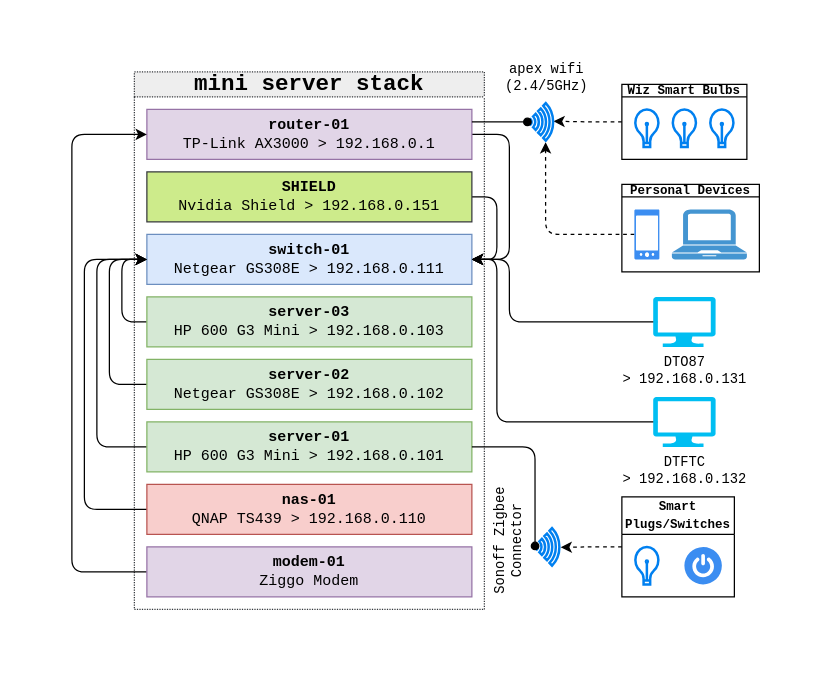
This is diagrams/home-physical.drawio from Neels-v-Wyk/home-neels-tech, a draw.io file, before an edit. Source tidied: cells renumbered, new cells numbered last; positions are measured from the earlier drawing's top-left corner, leaving out a move shared by most shapes. Both pictures are drawn from the tidied source at 125%, with x=0, y=0 at pixel (71, 59).
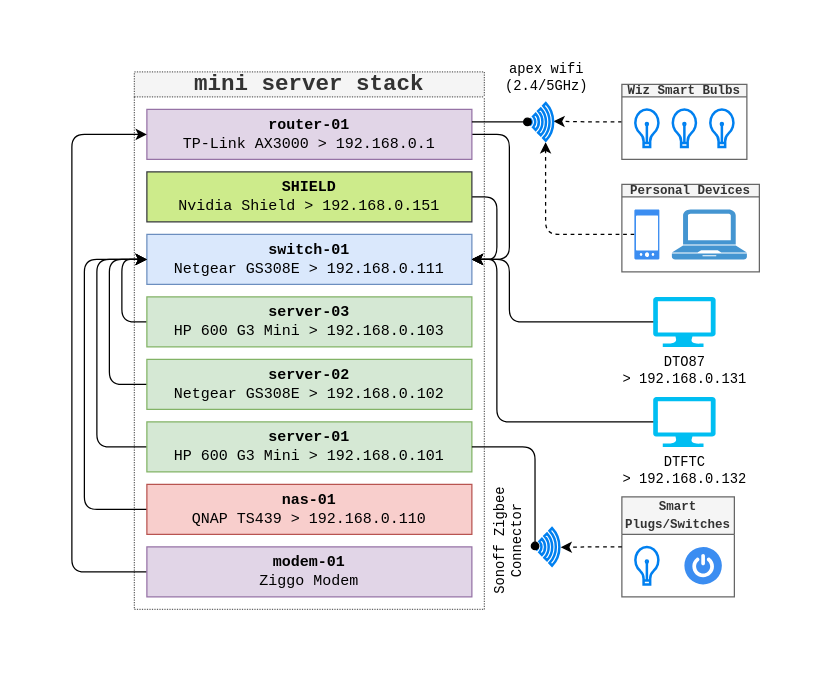
The same page after the edit.

Change to the diagram source:
```diff
@@
-    <mxCell id="2" value="&lt;h2&gt;&lt;font&gt;mini server stack&lt;/font&gt;&lt;/h2&gt;" style="swimlane;whiteSpace=wrap;html=1;startSize=20;fontFamily=Courier New;dashed=1;dashPattern=1 1;fillColor=#eeeeee;strokeColor=#36393d;" parent="1" vertex="1">
+    <mxCell id="2" value="&lt;h2&gt;&lt;font&gt;mini server stack&lt;/font&gt;&lt;/h2&gt;" style="swimlane;whiteSpace=wrap;html=1;startSize=20;fontFamily=Courier New;dashed=1;dashPattern=1 1;fillColor=#f5f5f5;strokeColor=#666666;fontColor=#333333;" parent="1" vertex="1">
       <mxGeometry x="50" y="10" width="280" height="430" as="geometry" />
     </mxCell>
@@
+    <mxCell id="43" style="swimlane;startSize=0;fillColor=none;strokeColor=none;" parent="2" vertex="1">
+      <mxGeometry x="-90" y="-40" width="630" height="510" as="geometry" />
+    </mxCell>
@@
-    <mxCell id="20" value="&lt;font style=&quot;font-size: 10px;&quot;&gt;Wiz Smart Bulbs&lt;/font&gt;" style="swimlane;whiteSpace=wrap;html=1;fontFamily=Courier New;fontSize=11;fontColor=default;startSize=10;" parent="1" vertex="1">
+    <mxCell id="20" value="&lt;font style=&quot;font-size: 10px;&quot;&gt;Wiz Smart Bulbs&lt;/font&gt;" style="swimlane;whiteSpace=wrap;html=1;fontFamily=Courier New;fontSize=11;fontColor=#333333;startSize=10;fillColor=#f5f5f5;strokeColor=#666666;" parent="1" vertex="1">
       <mxGeometry x="440" y="20" width="100" height="60" as="geometry" />
     </mxCell>
@@
-    <mxCell id="24" value="&lt;font style=&quot;font-size: 10px;&quot;&gt;Personal Devices&lt;/font&gt;" style="swimlane;whiteSpace=wrap;html=1;fontFamily=Courier New;fontSize=11;fontColor=default;startSize=10;" parent="1" vertex="1">
+    <mxCell id="24" value="&lt;font style=&quot;font-size: 10px;&quot;&gt;Personal Devices&lt;/font&gt;" style="swimlane;whiteSpace=wrap;html=1;fontFamily=Courier New;fontSize=11;fontColor=#333333;startSize=10;fillColor=#f5f5f5;strokeColor=#666666;" parent="1" vertex="1">
       <mxGeometry x="440" y="100" width="110" height="70" as="geometry" />
     </mxCell>
@@
-    <mxCell id="34" value="&lt;font style=&quot;font-size: 10px;&quot;&gt;Smart Plugs/Switches&lt;/font&gt;" style="swimlane;whiteSpace=wrap;html=1;fontFamily=Courier New;fontSize=11;fontColor=default;startSize=30;" parent="1" vertex="1">
+    <mxCell id="34" value="&lt;font style=&quot;font-size: 10px;&quot;&gt;Smart Plugs/Switches&lt;/font&gt;" style="swimlane;whiteSpace=wrap;html=1;fontFamily=Courier New;fontSize=11;fontColor=#333333;startSize=30;fillColor=#f5f5f5;strokeColor=#666666;" parent="1" vertex="1">
       <mxGeometry x="440" y="350" width="90" height="80" as="geometry" />
     </mxCell>
```
